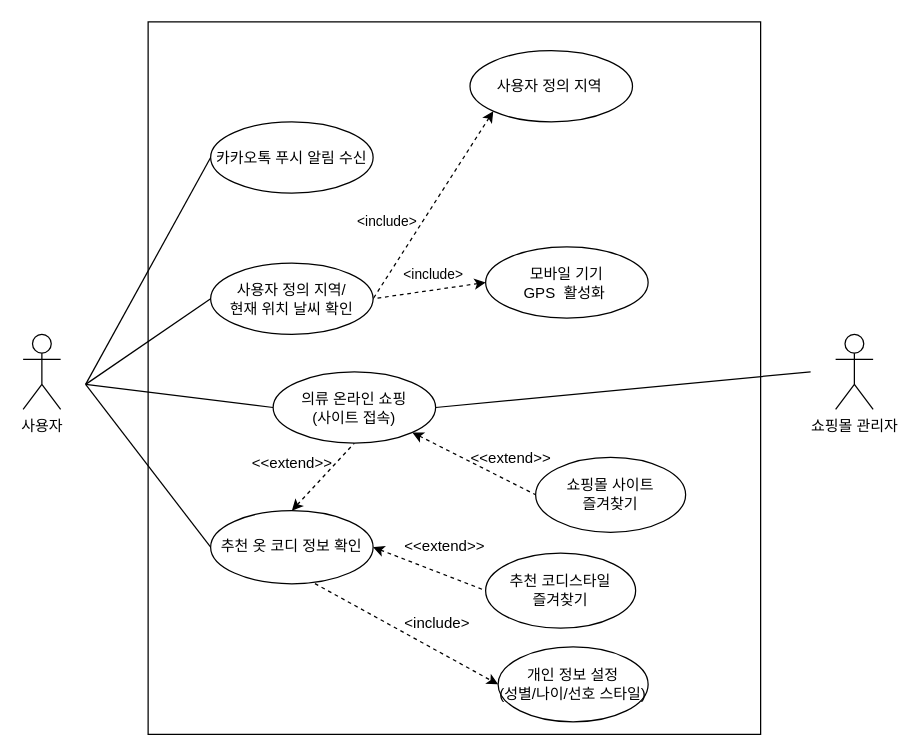
Above: Untitled Diagram.drawio in dlwlsdn201/2020CapstonDesign_OOTD-Project (draw.io), before the change. Source tidied: cells renumbered, new cells numbered last; positions are measured from the earlier drawing's top-left corner, leaving out a move shared by most shapes. Both pictures are drawn from the tidied source at 125%, with x=0, y=0 at pixel (22, 21).
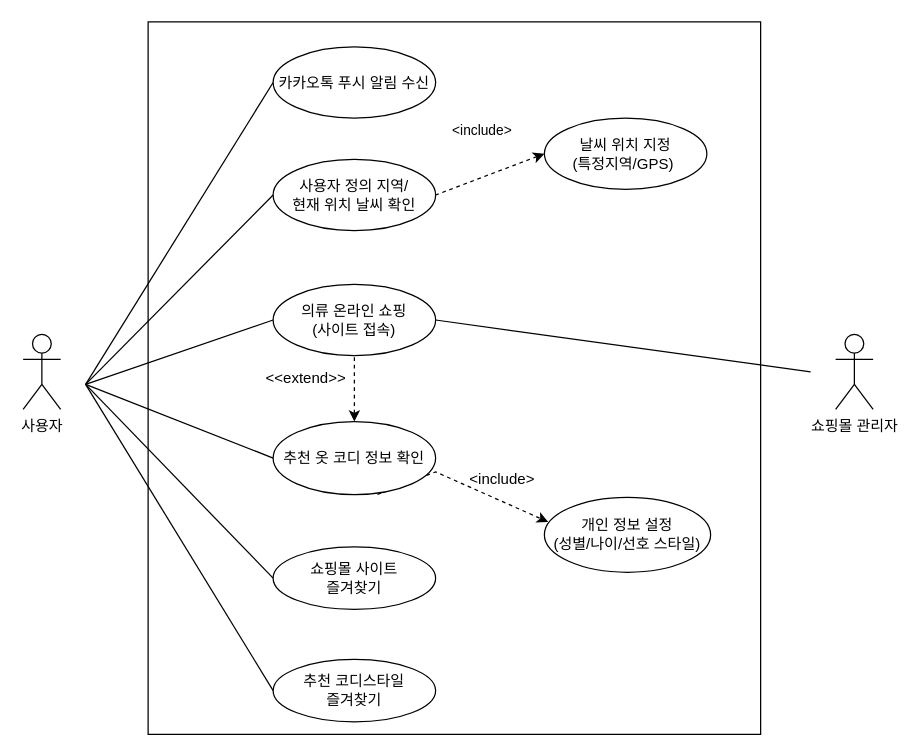
The same diagram, later.

Commit message:
2020_CapstonDesign_Diagram(최종)

The edit, as a diff of the source:
```diff
@@
     <mxCell id="8" value="사용자 정의 지역/ &lt;br&gt;현재 위치 날씨 확인" style="ellipse;whiteSpace=wrap;html=1;" parent="1" vertex="1">
-      <mxGeometry x="150" y="193" width="130" height="57" as="geometry" />
+      <mxGeometry x="200" y="110" width="130" height="57" as="geometry" />
     </mxCell>
-    <mxCell id="9" style="rounded=0;jettySize=auto;html=1;exitX=0.642;exitY=0.998;exitDx=0;exitDy=0;entryX=0;entryY=0.5;entryDx=0;entryDy=0;dashed=1;exitPerimeter=0;" parent="1" edge="1" source="12" target="13">
-      <mxGeometry relative="1" as="geometry" />
+    <mxCell id="9" style="rounded=0;jettySize=auto;html=1;exitX=0.642;exitY=0.998;exitDx=0;exitDy=0;entryX=0.023;entryY=0.329;entryDx=0;entryDy=0;dashed=1;exitPerimeter=0;entryPerimeter=0;" parent="1" edge="1" source="12" target="13">
+      <mxGeometry relative="1" as="geometry">
+        <Array as="points">
+          <mxPoint x="330" y="360" />
+        </Array>
+      </mxGeometry>
     </mxCell>
-    <mxCell id="10" style="edgeStyle=none;rounded=0;jettySize=auto;html=1;exitX=1;exitY=0.5;exitDx=0;exitDy=0;entryX=0;entryY=0.5;entryDx=0;entryDy=0;dashed=1;startArrow=classic;startFill=1;endArrow=none;endFill=0;" parent="1" edge="1" source="12" target="26">
-      <mxGeometry relative="1" as="geometry" />
-    </mxCell>
@@
     <mxCell id="12" value="추천 옷 코디 정보 확인" style="ellipse;whiteSpace=wrap;html=1;" parent="1" vertex="1">
-      <mxGeometry x="150" y="391" width="130" height="58.5" as="geometry" />
+      <mxGeometry x="200" y="319.7" width="130" height="58.5" as="geometry" />
     </mxCell>
     <mxCell id="13" value="개인 정보 설정&lt;br&gt;(성별/나이/선호 스타일)" style="ellipse;whiteSpace=wrap;html=1;" parent="1" vertex="1">
-      <mxGeometry x="380" y="500" width="120" height="60" as="geometry" />
+      <mxGeometry x="417" y="380.3" width="133" height="60" as="geometry" />
     </mxCell>
-    <mxCell id="14" value="&amp;lt;include&amp;gt;" style="text;html=1;strokeColor=none;fillColor=none;align=center;verticalAlign=middle;whiteSpace=wrap;rounded=0;" parent="1" vertex="1">
-      <mxGeometry x="304.5" y="469" width="53" height="24" as="geometry" />
-    </mxCell>
-    <mxCell id="15" value="&lt;br&gt;" style="text;html=1;align=center;verticalAlign=middle;" parent="14" vertex="1">
-      <mxGeometry x="23" y="4" width="20" height="20" as="geometry" />
-    </mxCell>
     <mxCell id="16" value="카카오톡 푸시 알림 수신" style="ellipse;whiteSpace=wrap;html=1;" parent="1" vertex="1">
-      <mxGeometry x="150" y="80" width="130" height="57" as="geometry" />
+      <mxGeometry x="200" y="20" width="130" height="57" as="geometry" />
     </mxCell>
@@
     <mxCell id="18" value="의류 온라인 쇼핑&lt;br&gt;(사이트 접속)" style="ellipse;whiteSpace=wrap;html=1;" parent="1" vertex="1">
-      <mxGeometry x="200" y="280" width="130" height="57" as="geometry" />
+      <mxGeometry x="200" y="210" width="130" height="57" as="geometry" />
     </mxCell>
@@
-    <mxCell id="20" style="edgeStyle=none;rounded=0;jettySize=auto;html=1;exitX=0;exitY=0.5;exitDx=0;exitDy=0;entryX=1;entryY=0.5;entryDx=0;entryDy=0;endArrow=none;endFill=0;dashed=1;startArrow=classic;startFill=1;" parent="1" edge="1" source="23" target="8">
-      <mxGeometry relative="1" as="geometry" />
-    </mxCell>
-    <mxCell id="21" value="&amp;lt;include&amp;gt;" style="edgeLabel;html=1;align=center;verticalAlign=middle;" parent="20" vertex="1">
-      <mxGeometry x="-0.38" relative="1" as="geometry">
-        <mxPoint x="-15" y="-11" as="offset" />
-      </mxGeometry>
-    </mxCell>
-    <mxCell id="22" value="&amp;lt;include&amp;gt;" style="edgeLabel;html=1;align=center;verticalAlign=middle;" parent="20" vertex="1">
-      <mxGeometry x="-0.38" relative="1" as="geometry">
-        <mxPoint x="-51.7" y="-52.6" as="offset" />
-      </mxGeometry>
-    </mxCell>
-    <mxCell id="23" value="모바일 기기&lt;br&gt;GPS&amp;nbsp; 활성화&amp;nbsp;" style="ellipse;whiteSpace=wrap;html=1;" parent="1" vertex="1">
-      <mxGeometry x="370" y="180" width="130" height="57" as="geometry" />
-    </mxCell>
-    <mxCell id="24" style="edgeStyle=none;rounded=0;jettySize=auto;html=1;exitX=0;exitY=1;exitDx=0;exitDy=0;entryX=1;entryY=0.5;entryDx=0;entryDy=0;dashed=1;startArrow=classic;startFill=1;endArrow=none;endFill=0;" parent="1" edge="1" source="25" target="8">
+    <mxCell id="24" style="edgeStyle=none;rounded=0;jettySize=auto;html=1;exitX=0;exitY=0.5;exitDx=0;exitDy=0;entryX=1;entryY=0.5;entryDx=0;entryDy=0;dashed=1;startArrow=classic;startFill=1;endArrow=none;endFill=0;" parent="1" edge="1" source="25" target="8">
       <mxGeometry relative="1" as="geometry" />
     </mxCell>
+    <mxCell id="35" value="&amp;lt;include&amp;gt;" style="edgeLabel;html=1;align=center;verticalAlign=middle;" parent="24" vertex="1">
+      <mxGeometry x="-0.26" y="3" relative="1" as="geometry">
+        <mxPoint x="-20" y="-33.4" as="offset" />
+      </mxGeometry>
+    </mxCell>
-    <mxCell id="25" value="사용자 정의 지역&amp;nbsp;" style="ellipse;whiteSpace=wrap;html=1;" parent="1" vertex="1">
-      <mxGeometry x="357.5" y="23" width="130" height="57" as="geometry" />
+    <mxCell id="25" value="날씨 위치 지정&lt;br&gt;(특정지역/GPS)&amp;nbsp;" style="ellipse;whiteSpace=wrap;html=1;" parent="1" vertex="1">
+      <mxGeometry x="417" y="77" width="130" height="57" as="geometry" />
     </mxCell>
+    <mxCell id="36" style="edgeStyle=none;rounded=0;jettySize=auto;html=1;exitX=0;exitY=0.5;exitDx=0;exitDy=0;startArrow=none;startFill=0;endArrow=none;endFill=0;" parent="1" edge="1" source="26">
+      <mxGeometry relative="1" as="geometry">
+        <mxPoint x="50" y="290" as="targetPoint" />
+      </mxGeometry>
+    </mxCell>
     <mxCell id="26" value="추천 코디스타일&lt;br&gt;즐겨찾기" style="ellipse;whiteSpace=wrap;html=1;" parent="1" vertex="1">
-      <mxGeometry x="370" y="425" width="120" height="60" as="geometry" />
+      <mxGeometry x="200" y="510" width="130" height="50" as="geometry" />
     </mxCell>
+    <mxCell id="37" style="edgeStyle=none;rounded=0;jettySize=auto;html=1;exitX=0;exitY=0.5;exitDx=0;exitDy=0;startArrow=none;startFill=0;endArrow=none;endFill=0;" parent="1" edge="1" source="27">
+      <mxGeometry relative="1" as="geometry">
+        <mxPoint x="50" y="290" as="targetPoint" />
+      </mxGeometry>
+    </mxCell>
     <mxCell id="27" value="쇼핑몰 사이트&lt;br&gt;즐겨찾기" style="ellipse;whiteSpace=wrap;html=1;" parent="1" vertex="1">
-      <mxGeometry x="410" y="348.3" width="120" height="60" as="geometry" />
+      <mxGeometry x="200" y="420" width="130" height="50" as="geometry" />
     </mxCell>
-    <mxCell id="28" style="edgeStyle=none;rounded=0;jettySize=auto;html=1;exitX=1;exitY=1;exitDx=0;exitDy=0;entryX=0;entryY=0.5;entryDx=0;entryDy=0;dashed=1;startArrow=classic;startFill=1;endArrow=none;endFill=0;" parent="1" edge="1" source="18" target="27">
-      <mxGeometry relative="1" as="geometry" />
-    </mxCell>
-    <mxCell id="29" value="&amp;lt;&amp;lt;extend&amp;gt;&amp;gt;" style="text;html=1;strokeColor=none;fillColor=none;align=center;verticalAlign=middle;whiteSpace=wrap;rounded=0;" parent="1" vertex="1">
-      <mxGeometry x="311" y="408.3" width="53" height="24" as="geometry" />
-    </mxCell>
-    <mxCell id="30" value="&lt;br&gt;" style="text;html=1;align=center;verticalAlign=middle;" parent="29" vertex="1">
-      <mxGeometry x="25" y="4" width="20" height="20" as="geometry" />
-    </mxCell>
-    <mxCell id="31" value="&amp;lt;&amp;lt;extend&amp;gt;&amp;gt;" style="text;html=1;strokeColor=none;fillColor=none;align=center;verticalAlign=middle;whiteSpace=wrap;rounded=0;" parent="1" vertex="1">
-      <mxGeometry x="364" y="337" width="53" height="24" as="geometry" />
+    <mxCell id="31" value="&amp;lt;include&amp;gt;" style="text;html=1;strokeColor=none;fillColor=none;align=center;verticalAlign=middle;whiteSpace=wrap;rounded=0;" parent="1" vertex="1">
+      <mxGeometry x="357" y="354.3" width="53" height="24" as="geometry" />
     </mxCell>
@@
     <mxCell id="33" value="&amp;lt;&amp;lt;extend&amp;gt;&amp;gt;" style="text;html=1;strokeColor=none;fillColor=none;align=center;verticalAlign=middle;whiteSpace=wrap;rounded=0;" parent="1" vertex="1">
-      <mxGeometry x="188.5" y="341" width="53" height="24" as="geometry" />
+      <mxGeometry x="200" y="273" width="53" height="24" as="geometry" />
     </mxCell>
```
